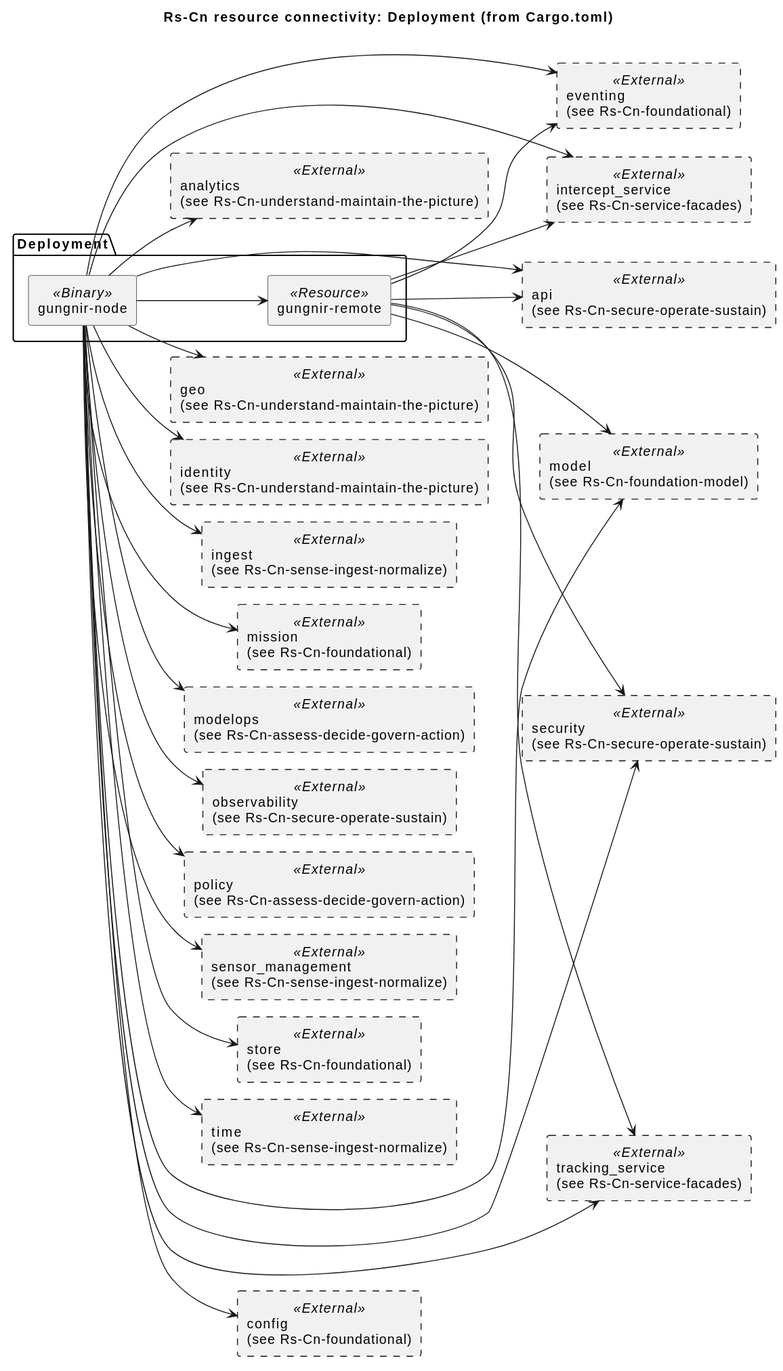
Before: docs/architecture/uaf/rendered/resources/Rs-Cn-deployment.svg, a diagram exported from PlantUML (WayneRoessling/gungnir).
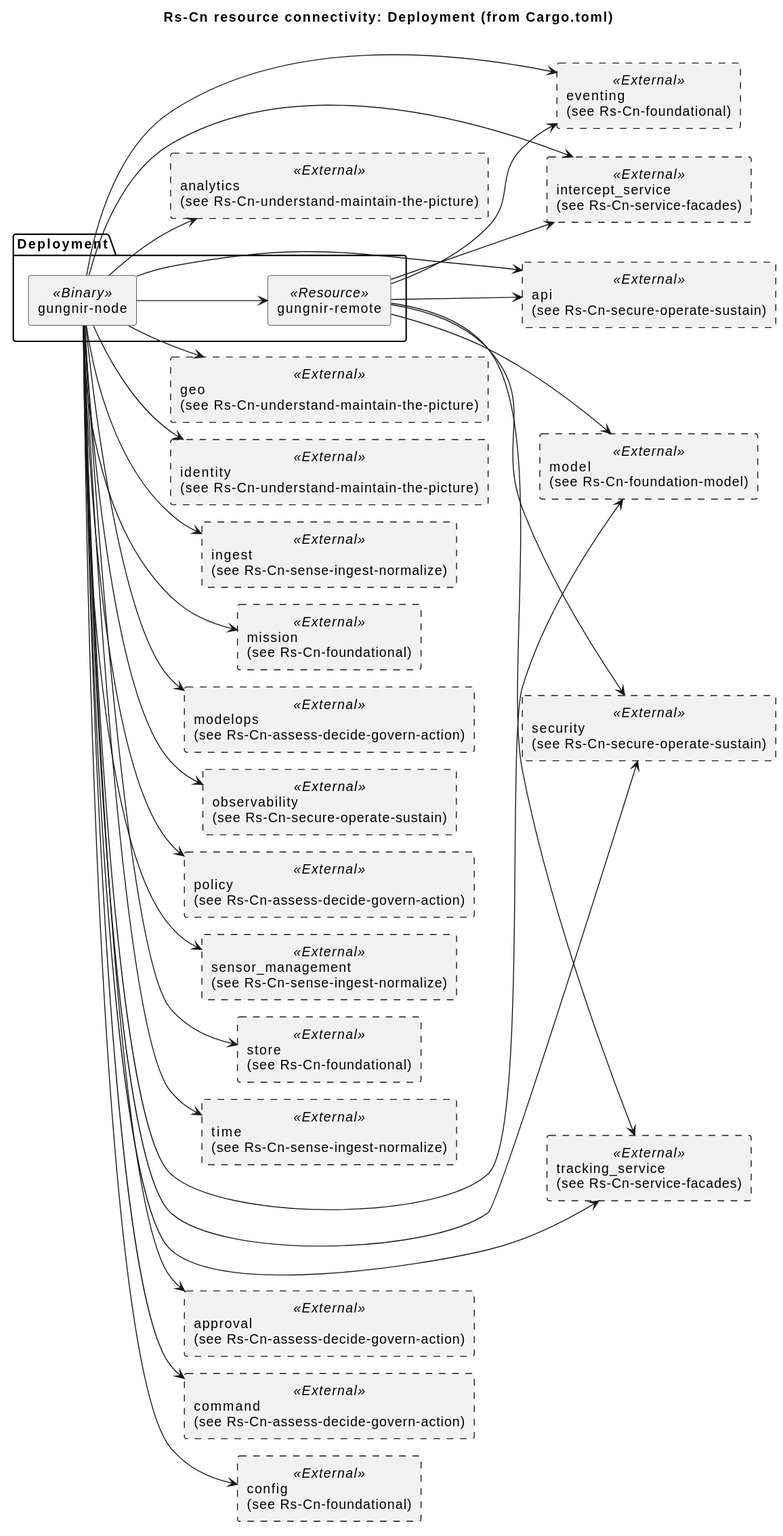
After the commit.

Diff of the diagram source:
```diff
@@ -10,6 +10,8 @@
 }
 component "analytics\n(see Rs-Cn-understand-maintain-the-picture)" as RS_analytics <<External>> #line.dashed
 component "api\n(see Rs-Cn-secure-operate-sustain)" as RS_api <<External>> #line.dashed
+component "approval\n(see Rs-Cn-assess-decide-govern-action)" as RS_approval <<External>> #line.dashed
+component "command\n(see Rs-Cn-assess-decide-govern-action)" as RS_command <<External>> #line.dashed
 component "config\n(see Rs-Cn-foundational)" as RS_config <<External>> #line.dashed
 component "eventing\n(see Rs-Cn-foundational)" as RS_eventing <<External>> #line.dashed
 component "geo\n(see Rs-Cn-understand-maintain-the-picture)" as RS_geo <<External>> #line.dashed
@@ -43,6 +45,8 @@
 RS_node --> RS_identity
 RS_node --> RS_policy
 RS_node --> RS_geo
+RS_node --> RS_approval
+RS_node --> RS_command
 RS_node --> RS_analytics
 RS_node --> RS_observability
 RS_remote --> RS_security
```
